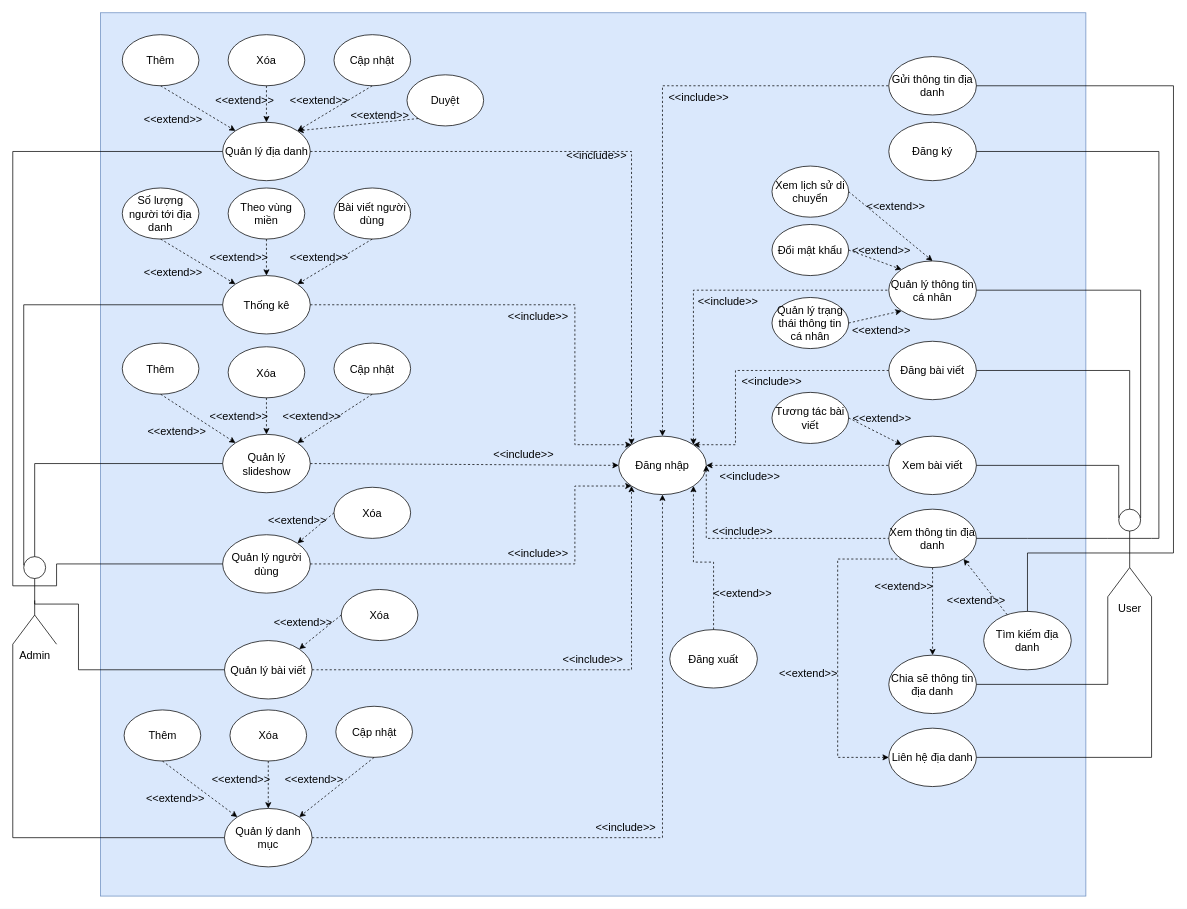
Earlier version of the draw.io diagram page "Use_Case" (1 of 2) of Use_Case_Android.drawio (HieuNM2809/DoAn_ANDROID). Source tidied: cells renumbered, new cells numbered last; positions are measured from the earlier drawing's top-left corner, leaving out a move shared by most shapes. Both pictures are drawn from the tidied source at 73%, with x=0, y=0 at pixel (12, 12).
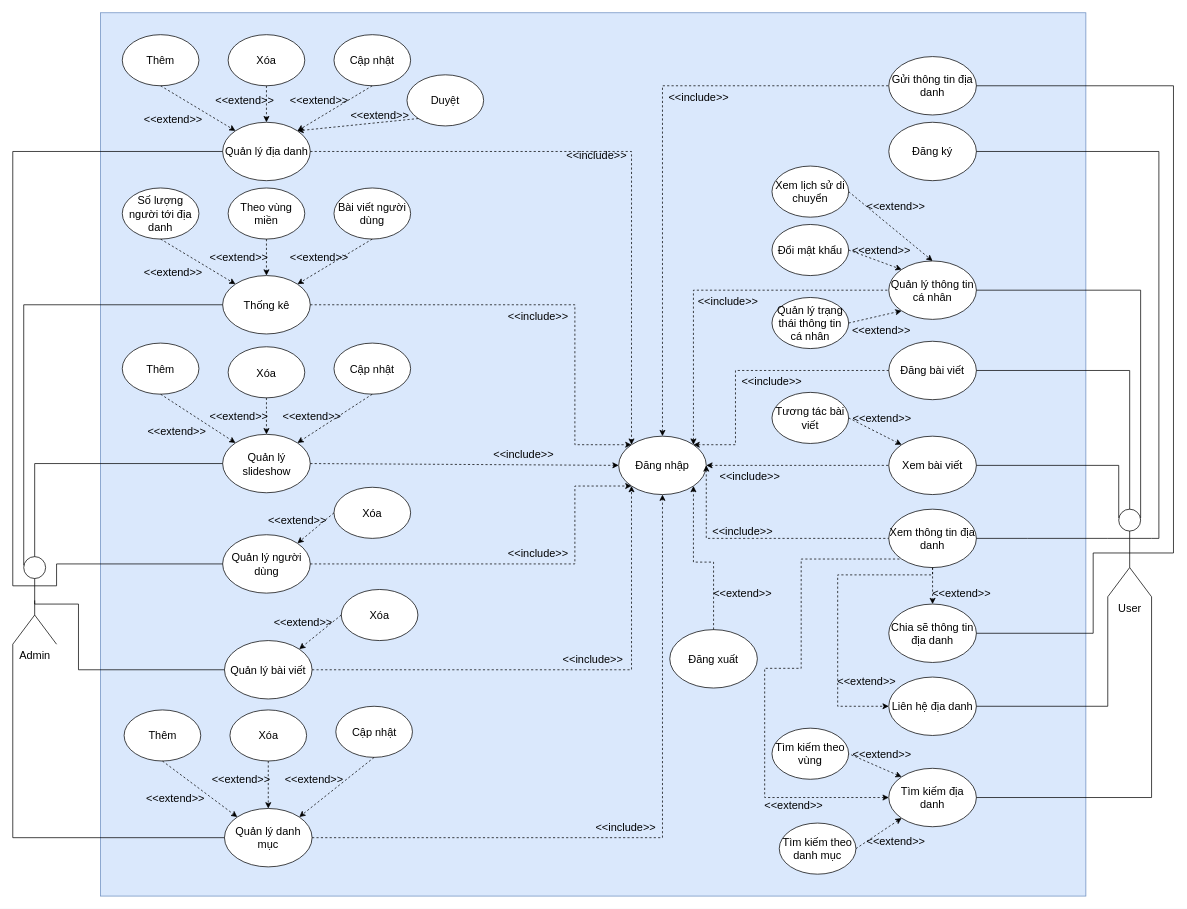
The same page after the edit.

Unchanged cells that the change refers to:
```xml
<mxCell id="4" value="User" style="shape=umlActor;verticalLabelPosition=bottom;verticalAlign=top;html=1;outlineConnect=0;fontSize=15;" parent="1" vertex="1">
  <mxGeometry x="1500" y="680" width="60" height="120" as="geometry" />
</mxCell>
<mxCell id="20" value="Xem thông tin địa danh" style="ellipse;whiteSpace=wrap;html=1;fontSize=15;" parent="1" vertex="1">
  <mxGeometry x="1200" y="680" width="120" height="80" as="geometry" />
</mxCell>
```

What changed in the source:
```diff
@@
     <mxCell id="21" value="Chia sẽ thông tin địa danh" style="ellipse;whiteSpace=wrap;html=1;fontSize=15;" parent="1" vertex="1">
-      <mxGeometry x="1200" y="880" width="120" height="80" as="geometry" />
+      <mxGeometry x="1200" y="810" width="120" height="80" as="geometry" />
     </mxCell>
@@
-    <mxCell id="23" style="endArrow=none;html=1;rounded=0;fontSize=15;exitX=1;exitY=0.5;exitDx=0;exitDy=0;edgeStyle=orthogonalEdgeStyle;entryX=0;entryY=1;entryDx=0;entryDy=0;entryPerimeter=0;" parent="1" edge="1" source="21" target="4">
+    <mxCell id="23" style="endArrow=none;html=1;rounded=0;fontSize=15;exitX=1;exitY=0.5;exitDx=0;exitDy=0;edgeStyle=orthogonalEdgeStyle;entryX=0.5;entryY=0.5;entryDx=0;entryDy=0;entryPerimeter=0;" parent="1" edge="1" source="21" target="4">
       <mxGeometry relative="1" as="geometry">
         <Array as="points">
-          <mxPoint x="1500" y="920" />
+          <mxPoint x="1480" y="850" />
+          <mxPoint x="1480" y="740" />
         </Array>
       </mxGeometry>
     </mxCell>
     <mxCell id="24" value="Liên hệ địa danh" style="ellipse;whiteSpace=wrap;html=1;fontSize=15;" parent="1" vertex="1">
-      <mxGeometry x="1200" y="980" width="120" height="80" as="geometry" />
+      <mxGeometry x="1200" y="910" width="120" height="80" as="geometry" />
     </mxCell>
-    <mxCell id="25" style="endArrow=none;html=1;rounded=0;fontSize=15;exitX=1;exitY=0.5;exitDx=0;exitDy=0;edgeStyle=orthogonalEdgeStyle;" parent="1" edge="1" source="24">
+    <mxCell id="25" style="endArrow=none;html=1;rounded=0;fontSize=15;exitX=1;exitY=0.5;exitDx=0;exitDy=0;edgeStyle=orthogonalEdgeStyle;entryX=0;entryY=1;entryDx=0;entryDy=0;entryPerimeter=0;" parent="1" edge="1" source="24" target="4">
       <mxGeometry relative="1" as="geometry">
-        <mxPoint x="1560" y="800" as="targetPoint" />
         <Array as="points">
-          <mxPoint x="1560" y="1020" />
+          <mxPoint x="1500" y="950" />
         </Array>
       </mxGeometry>
     </mxCell>
@@
-    <mxCell id="31" style="endArrow=classic;dashed=1;html=1;rounded=0;fontSize=15;entryX=0;entryY=0.5;entryDx=0;entryDy=0;endFill=1;edgeStyle=orthogonalEdgeStyle;exitX=0;exitY=1;exitDx=0;exitDy=0;" parent="1" edge="1" source="20" target="24">
+    <mxCell id="31" style="endArrow=classic;dashed=1;html=1;rounded=0;fontSize=15;entryX=0;entryY=0.5;entryDx=0;entryDy=0;endFill=1;edgeStyle=orthogonalEdgeStyle;exitX=0.5;exitY=1;exitDx=0;exitDy=0;" parent="1" edge="1" source="20" target="24">
       <mxGeometry relative="1" as="geometry">
         <Array as="points">
-          <mxPoint x="1130" y="748" />
-          <mxPoint x="1130" y="1020" />
+          <mxPoint x="1260" y="770" />
+          <mxPoint x="1130" y="770" />
+          <mxPoint x="1130" y="950" />
         </Array>
       </mxGeometry>
     </mxCell>
@@
     <mxCell id="34" value="Tìm kiếm địa danh" style="ellipse;whiteSpace=wrap;html=1;fontSize=15;" parent="1" vertex="1">
-      <mxGeometry x="1330" y="820" width="120" height="80" as="geometry" />
+      <mxGeometry x="1200" y="1035" width="120" height="80" as="geometry" />
     </mxCell>
-    <mxCell id="35" style="endArrow=none;html=1;rounded=0;fontSize=15;entryX=0.5;entryY=0.5;entryDx=0;entryDy=0;exitX=0.5;exitY=0;exitDx=0;exitDy=0;edgeStyle=orthogonalEdgeStyle;entryPerimeter=0;" parent="1" edge="1" source="34" target="4">
-      <mxGeometry relative="1" as="geometry">
-        <Array as="points">
-          <mxPoint x="1390" y="740" />
-        </Array>
-      </mxGeometry>
-    </mxCell>
-    <mxCell id="36" style="endArrow=classic;dashed=1;html=1;rounded=0;fontSize=15;entryX=1;entryY=1;entryDx=0;entryDy=0;endFill=1;" parent="1" edge="1" source="34" target="20">
-      <mxGeometry relative="1" as="geometry" />
-    </mxCell>
@@
-    <mxCell id="40" value="&amp;lt;&amp;lt;extend&amp;gt;&amp;gt;" style="text;html=1;align=center;verticalAlign=middle;whiteSpace=wrap;rounded=0;fontSize=15;rotation=0;" parent="1" vertex="1">
-      <mxGeometry x="1290" y="790" width="60" height="30" as="geometry" />
-    </mxCell>
     <mxCell id="41" value="&amp;lt;&amp;lt;extend&amp;gt;&amp;gt;" style="text;html=1;strokeColor=none;fillColor=none;align=center;verticalAlign=middle;whiteSpace=wrap;rounded=0;fontSize=15;rotation=0;" parent="1" vertex="1">
-      <mxGeometry x="1191" y="770" width="60" height="30" as="geometry" />
+      <mxGeometry x="1270" y="780" width="60" height="30" as="geometry" />
     </mxCell>
     <mxCell id="42" value="&amp;lt;&amp;lt;extend&amp;gt;&amp;gt;" style="text;html=1;strokeColor=none;fillColor=none;align=center;verticalAlign=middle;whiteSpace=wrap;rounded=0;fontSize=15;rotation=0;" parent="1" vertex="1">
-      <mxGeometry x="1060" y="890" width="60" height="30" as="geometry" />
+      <mxGeometry x="1140" y="900" width="60" height="30" as="geometry" />
     </mxCell>
@@
+    <mxCell id="124" value="Tìm kiếm theo vùng" style="ellipse;whiteSpace=wrap;html=1;fontSize=15;" parent="1" vertex="1">
+      <mxGeometry x="1040" y="980" width="105" height="70" as="geometry" />
+    </mxCell>
+    <mxCell id="125" value="Tìm kiếm theo danh mục" style="ellipse;whiteSpace=wrap;html=1;fontSize=15;" parent="1" vertex="1">
+      <mxGeometry x="1050" y="1110" width="105" height="70" as="geometry" />
+    </mxCell>
+    <mxCell id="126" style="endArrow=none;dashed=1;html=1;rounded=0;exitX=0;exitY=0;exitDx=0;exitDy=0;entryX=1;entryY=0.5;entryDx=0;entryDy=0;startArrow=classic;startFill=1;" parent="1" edge="1" source="34" target="124">
+      <mxGeometry relative="1" as="geometry" />
+    </mxCell>
+    <mxCell id="127" style="endArrow=none;dashed=1;html=1;rounded=0;exitX=0;exitY=1;exitDx=0;exitDy=0;entryX=1;entryY=0.5;entryDx=0;entryDy=0;startArrow=classic;startFill=1;" parent="1" edge="1" source="34" target="125">
+      <mxGeometry relative="1" as="geometry" />
+    </mxCell>
+    <mxCell id="128" value="&amp;lt;&amp;lt;extend&amp;gt;&amp;gt;" style="text;html=1;strokeColor=none;fillColor=none;align=center;verticalAlign=middle;whiteSpace=wrap;rounded=0;fontSize=15;rotation=0;" parent="1" vertex="1">
+      <mxGeometry x="1161" y="1000" width="60" height="30" as="geometry" />
+    </mxCell>
+    <mxCell id="129" value="&amp;lt;&amp;lt;extend&amp;gt;&amp;gt;" style="text;html=1;strokeColor=none;fillColor=none;align=center;verticalAlign=middle;whiteSpace=wrap;rounded=0;fontSize=15;rotation=0;" parent="1" vertex="1">
+      <mxGeometry x="1180" y="1120" width="60" height="30" as="geometry" />
+    </mxCell>
+    <mxCell id="35" style="endArrow=none;html=1;rounded=0;fontSize=15;exitX=1;exitY=0.5;exitDx=0;exitDy=0;edgeStyle=orthogonalEdgeStyle;entryX=1;entryY=1;entryDx=0;entryDy=0;entryPerimeter=0;" parent="1" edge="1" source="34" target="4">
+      <mxGeometry relative="1" as="geometry">
+        <Array as="points">
+          <mxPoint x="1560" y="1075" />
+        </Array>
+      </mxGeometry>
+    </mxCell>
+    <mxCell id="36" style="endArrow=none;dashed=1;html=1;rounded=0;exitX=0;exitY=0.5;exitDx=0;exitDy=0;entryX=0;entryY=1;entryDx=0;entryDy=0;startArrow=classic;startFill=1;edgeStyle=orthogonalEdgeStyle;" parent="1" edge="1" source="34" target="20">
+      <mxGeometry relative="1" as="geometry">
+        <Array as="points">
+          <mxPoint x="1030" y="1075" />
+          <mxPoint x="1030" y="898" />
+          <mxPoint x="1080" y="898" />
+          <mxPoint x="1080" y="748" />
+        </Array>
+      </mxGeometry>
+    </mxCell>
+    <mxCell id="130" value="&amp;lt;&amp;lt;extend&amp;gt;&amp;gt;" style="text;html=1;strokeColor=none;fillColor=none;align=center;verticalAlign=middle;whiteSpace=wrap;rounded=0;fontSize=15;rotation=0;" parent="1" vertex="1">
+      <mxGeometry x="1040" y="1070" width="60" height="30" as="geometry" />
+    </mxCell>
```
